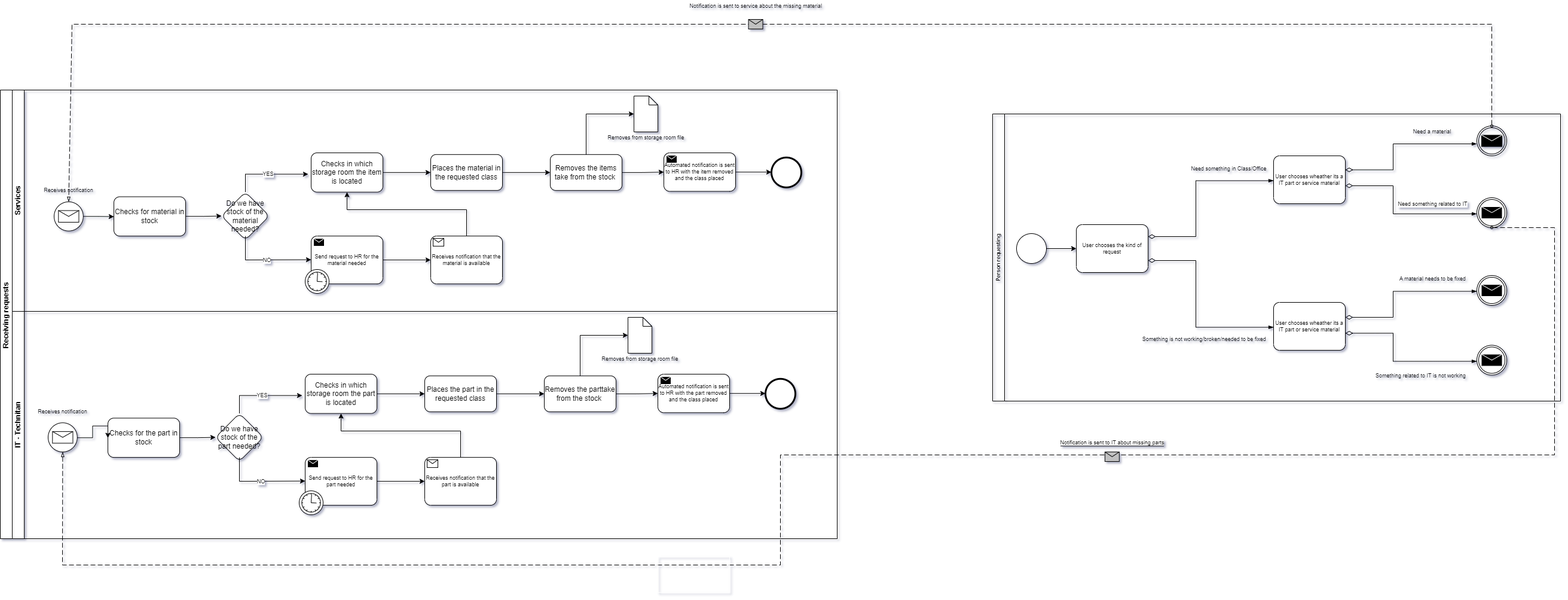
Above: BPMN.drawio.png in kjahaj/Inventory-system-Door-7-guys. (draw.io), before the change. Source tidied: cells renumbered, new cells last; positions are measured from the earlier drawing's top-left corner, leaving out a move shared by most shapes.
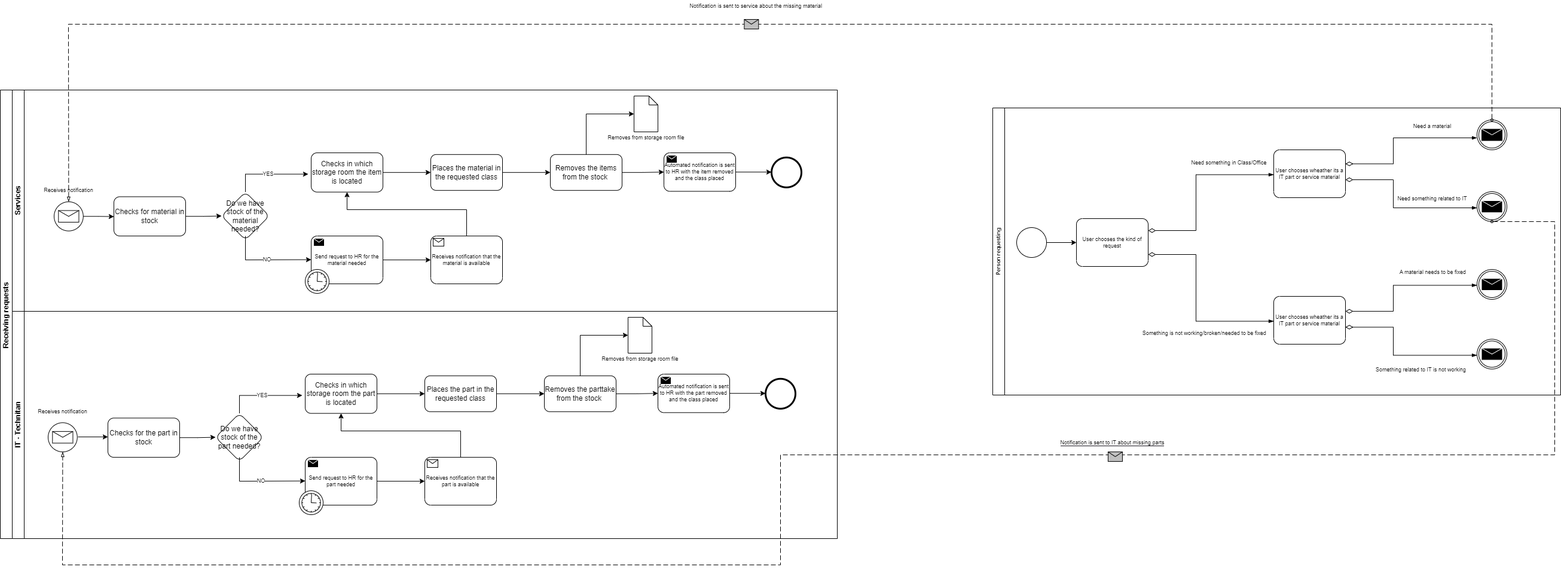
After the commit.

Change to the diagram source:
```diff
@@ -1,4 +1,4 @@
-<mxGraphModel shadow="1">
+<mxGraphModel background="#ffffff">
   <root>
     <mxCell id="0" />
     <mxCell id="1" parent="0" />
@@ -58,7 +58,7 @@
     <mxCell id="16" style="edgeStyle=orthogonalEdgeStyle;rounded=0;jettySize=auto;html=1;entryX=0;entryY=0.5;entryDx=0;entryDy=0;entryPerimeter=0;fontSize=9;" parent="3" edge="1" source="17" target="18">
       <mxGeometry relative="1" as="geometry" />
     </mxCell>
-    <mxCell id="17" value="Removes the items take from the stock&amp;nbsp;" style="whiteSpace=wrap;html=1;rounded=1;" parent="3" vertex="1">
+    <mxCell id="17" value="Removes the items from the stock&amp;nbsp;" style="whiteSpace=wrap;html=1;rounded=1;" parent="3" vertex="1">
       <mxGeometry x="900" y="107.8" width="120" height="60" as="geometry" />
     </mxCell>
     <mxCell id="18" value="Automated notification is sent to HR with the item removed and the class placed" style="points=[[0.25,0,0],[0.5,0,0],[0.75,0,0],[1,0.25,0],[1,0.5,0],[1,0.75,0],[0.75,1,0],[0.5,1,0],[0.25,1,0],[0,0.75,0],[0,0.5,0],[0,0.25,0]];shape=mxgraph.bpmn.task;whiteSpace=wrap;rectStyle=rounded;size=10;html=1;taskMarker=send;fontSize=9;" parent="3" vertex="1">
@@ -201,12 +201,6 @@
     <mxCell id="52" value="Receives notification that the part is available" style="points=[[0.25,0,0],[0.5,0,0],[0.75,0,0],[1,0.25,0],[1,0.5,0],[1,0.75,0],[0.75,1,0],[0.5,1,0],[0.25,1,0],[0,0.75,0],[0,0.5,0],[0,0.25,0]];shape=mxgraph.bpmn.task;whiteSpace=wrap;rectStyle=rounded;size=10;html=1;taskMarker=receive;fontSize=9;" parent="29" vertex="1">
       <mxGeometry x="690" y="244.1" width="120" height="80" as="geometry" />
     </mxCell>
-    <mxCell id="53" style="edgeStyle=orthogonalEdgeStyle;rounded=0;orthogonalLoop=1;jettySize=auto;html=1;exitX=1;exitY=0.5;exitDx=0;exitDy=0;exitPerimeter=0;fontSize=9;" parent="29" edge="1">
-      <mxGeometry relative="1" as="geometry">
-        <mxPoint x="108.8" y="211.3" as="sourcePoint" />
-        <mxPoint x="160" y="211.6" as="targetPoint" />
-      </mxGeometry>
-    </mxCell>
     <mxCell id="54" style="edgeStyle=orthogonalEdgeStyle;rounded=0;jettySize=auto;html=1;fontSize=9;" parent="29" edge="1" source="43">
       <mxGeometry relative="1" as="geometry">
         <mxPoint x="1260" y="137.2" as="targetPoint" />
@@ -218,6 +212,15 @@
     <mxCell id="56" style="shape=mxgraph.bpmn.event;html=1;verticalLabelPosition=bottom;labelBackgroundColor=#ffffff;verticalAlign=top;align=center;perimeter=ellipsePerimeter;outline=standard;symbol=timer;fontSize=9;" parent="29" vertex="1">
       <mxGeometry x="480" y="300" width="40" height="40" as="geometry" />
     </mxCell>
+    <mxCell id="88" style="endArrow=classic;html=1;rounded=0;" parent="29" edge="1">
+      <mxGeometry relative="1" as="geometry">
+        <mxPoint x="110" y="210" as="sourcePoint" />
+        <mxPoint x="160" y="210" as="targetPoint" />
+        <Array as="points">
+          <mxPoint x="150" y="210" />
+        </Array>
+      </mxGeometry>
+    </mxCell>
     <mxCell id="57" style="edgeStyle=orthogonalEdgeStyle;rounded=0;jettySize=auto;html=1;exitX=1;exitY=0.5;exitDx=0;exitDy=0;exitPerimeter=0;fontSize=9;" parent="1" edge="1" source="4">
       <mxGeometry relative="1" as="geometry">
         <mxPoint x="190" y="361.6" as="targetPoint" />
@@ -229,7 +232,7 @@
       </mxGeometry>
     </mxCell>
     <mxCell id="59" value="Person requesting" style="swimlane;startSize=20;horizontal=0;html=1;whiteSpace=wrap;fontSize=9;fillColor=none;" parent="1" vertex="1">
-      <mxGeometry x="1660" y="190" width="950" height="480" as="geometry" />
+      <mxGeometry x="1660" y="180" width="950" height="480" as="geometry" />
     </mxCell>
     <mxCell id="60" style="edgeStyle=orthogonalEdgeStyle;rounded=0;jettySize=auto;html=1;entryX=0;entryY=0.5;entryDx=0;entryDy=0;entryPerimeter=0;fontSize=9;fontColor=#FFFFFF;" parent="59" edge="1" source="61" target="63">
       <mxGeometry relative="1" as="geometry" />
@@ -294,11 +297,6 @@
         </Array>
       </mxGeometry>
     </mxCell>
-    <mxCell id="70" value="&lt;font color=&quot;#000000&quot;&gt;Need something related to IT&lt;/font&gt;" style="edgeLabel;html=1;align=center;verticalAlign=middle;fontSize=9;fontColor=#FFFFFF;" parent="69" vertex="1">
-      <mxGeometry x="0.1" y="4" relative="1" as="geometry">
-        <mxPoint x="43" y="104" as="offset" />
-      </mxGeometry>
-    </mxCell>
     <mxCell id="71" style="edgeStyle=elbowEdgeStyle;fontSize=12;html=1;endArrow=blockThin;endFill=1;startArrow=diamondThin;startFill=0;endSize=6;startSize=10;rounded=0;exitX=1;exitY=0.75;exitDx=0;exitDy=0;exitPerimeter=0;" parent="59" edge="1">
       <mxGeometry relative="1" as="geometry">
         <mxPoint x="590" y="120" as="sourcePoint" />
@@ -366,12 +364,18 @@
     <mxCell id="80" value="&lt;font color=&quot;#000000&quot;&gt;A material needs to be fixed&lt;/font&gt;" style="text;html=1;align=center;verticalAlign=middle;strokeColor=none;fillColor=none;fontSize=9;fontColor=#FFFFFF;" parent="59" vertex="1">
       <mxGeometry x="671" y="264" width="129" height="23" as="geometry" />
     </mxCell>
+    <mxCell id="89" value="&lt;span style=&quot;color: rgba(0, 0, 0, 0); font-family: monospace; font-size: 0px; text-align: start;&quot;&gt;%3CmxGraphModel%3E%3Croot%3E%3CmxCell%20id%3D%220%22%2F%3E%3CmxCell%20id%3D%221%22%20parent%3D%220%22%2F%3E%3CmxCell%20id%3D%222%22%20value%3D%22%26lt%3Bfont%20color%3D%26quot%3B%23000000%26quot%3B%26gt%3BA%20material%20needs%20to%20be%20fixed%26lt%3B%2Ffont%26gt%3B%22%20style%3D%22text%3Bhtml%3D1%3Balign%3Dcenter%3BverticalAlign%3Dmiddle%3Bresizable%3D0%3Bpoints%3D%5B%5D%3Bautosize%3D1%3BstrokeColor%3Dnone%3BfillColor%3Dnone%3BfontSize%3D9%3BfontColor%3D%23FFFFFF%3B%22%20vertex%3D%221%22%20parent%3D%221%22%3E%3CmxGeometry%20x%3D%222341%22%20y%3D%22534%22%20width%3D%22129%22%20height%3D%2223%22%20as%3D%22geometry%22%2F%3E%3C%2FmxCell%3E%3C%2Froot%3E%3C%2FmxGraphModel%3E&lt;/span&gt;" style="text;html=1;align=center;verticalAlign=middle;strokeColor=none;fillColor=none;fontSize=9;fontColor=#FFFFFF;" parent="59" vertex="1">
+      <mxGeometry x="725" y="142" width="20" height="20" as="geometry" />
+    </mxCell>
+    <mxCell id="70" value="&lt;font color=&quot;#000000&quot;&gt;Need something related to IT&lt;/font&gt;" style="text;html=1;align=center;verticalAlign=middle;strokeColor=none;fillColor=none;fontSize=9;fontColor=#FFFFFF;" parent="59" vertex="1">
+      <mxGeometry x="665" y="142" width="140" height="20" as="geometry" />
+    </mxCell>
     <mxCell id="81" style="endArrow=blockThin;html=1;labelPosition=left;verticalLabelPosition=middle;align=right;verticalAlign=middle;dashed=1;dashPattern=8 4;endFill=0;startArrow=oval;startFill=0;endSize=6;startSize=4;rounded=0;fontSize=9;fontColor=#FFFFFF;exitX=0.5;exitY=0;exitDx=0;exitDy=0;exitPerimeter=0;entryX=0.5;entryY=0;entryDx=0;entryDy=0;entryPerimeter=0;" parent="1" edge="1" source="74" target="4">
       <mxGeometry relative="1" as="geometry">
         <Array as="points">
           <mxPoint x="2495" y="40" />
           <mxPoint x="1315" y="40" />
-          <mxPoint x="120" y="40" />
+          <mxPoint x="114" y="40" />
         </Array>
       </mxGeometry>
     </mxCell>
@@ -386,7 +390,7 @@
     <mxCell id="84" style="endArrow=blockThin;html=1;labelPosition=left;verticalLabelPosition=middle;align=right;verticalAlign=middle;dashed=1;dashPattern=8 4;endFill=0;startArrow=oval;startFill=0;endSize=6;startSize=4;rounded=0;fontSize=9;fontColor=#FFFFFF;exitX=0.5;exitY=1;exitDx=0;exitDy=0;exitPerimeter=0;entryX=0.5;entryY=1;entryDx=0;entryDy=0;entryPerimeter=0;" parent="1" edge="1" source="75" target="30">
       <mxGeometry x="-0.13" y="94" relative="1" as="geometry">
         <Array as="points">
-          <mxPoint x="2600" y="380" />
+          <mxPoint x="2600" y="370" />
           <mxPoint x="2600" y="760" />
           <mxPoint x="1305" y="760" />
           <mxPoint x="1305" y="944" />
@@ -402,8 +406,5 @@
     <mxCell id="86" value="&lt;span style=&quot;background-color: rgb(255, 255, 255);&quot;&gt;&lt;font color=&quot;#000000&quot;&gt;Notification is sent to IT about missing parts&lt;/font&gt;&lt;/span&gt;" style="text;html=1;align=center;verticalAlign=middle;strokeColor=none;fillColor=none;fontSize=9;fontColor=#FFFFFF;labelBackgroundColor=#18141D;" parent="1" vertex="1">
       <mxGeometry x="1760" y="730" width="200" height="20" as="geometry" />
     </mxCell>
-    <mxCell id="87" style="whiteSpace=wrap;html=1;labelBackgroundColor=#FFFFFF;strokeColor=#FFFFFF;fontSize=9;fontColor=#000000;fillColor=none;gradientColor=none;" parent="1" vertex="1">
-      <mxGeometry x="1100" y="930" width="120" height="60" as="geometry" />
-    </mxCell>
   </root>
 </mxGraphModel>
```
